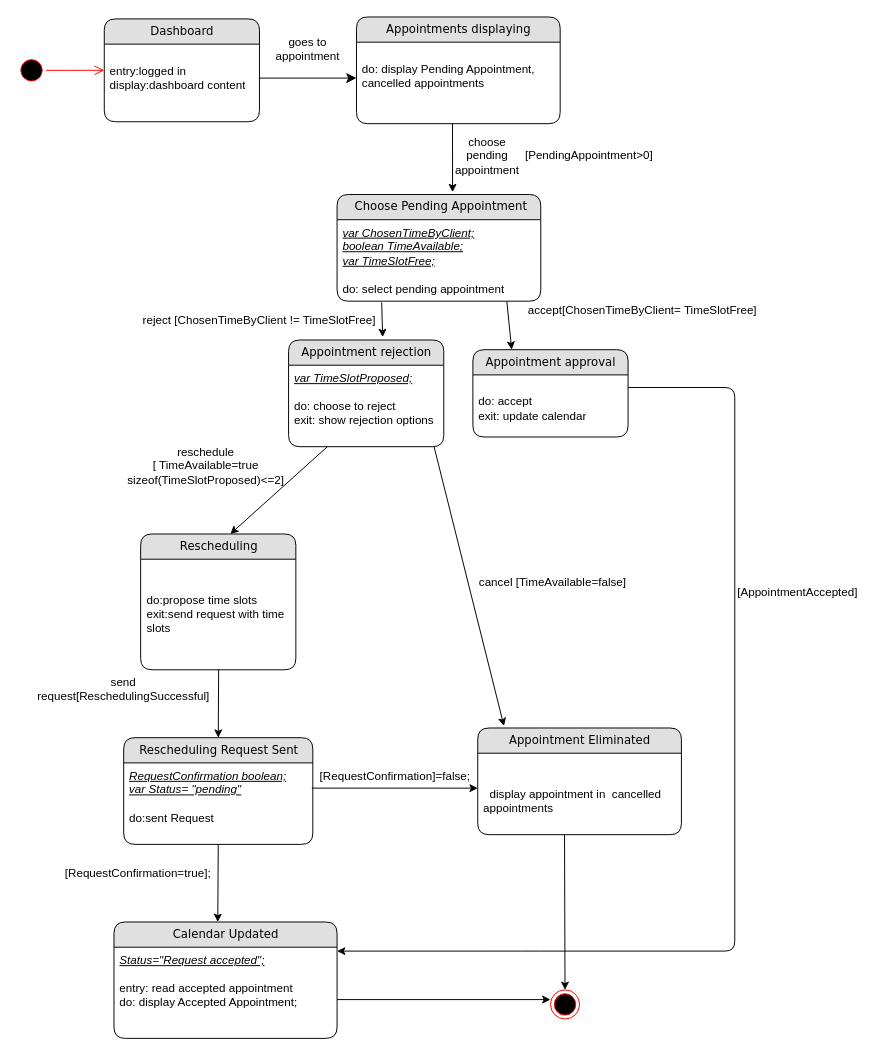
Before: Diagrams/State Chart Diagrams FINAL/ ST_05-06-07  ACCEPT,REJECT,RESCHEDULE APPOINTMENT.drawio in kkasharaj17/SE-project, a draw.io diagram. Source tidied: cells renumbered, new cells numbered last; positions are measured from the earlier drawing's top-left corner, leaving out a move shared by most shapes. Both pictures are drawn from the tidied source at 97%, with x=0, y=0 at pixel (16, 16).
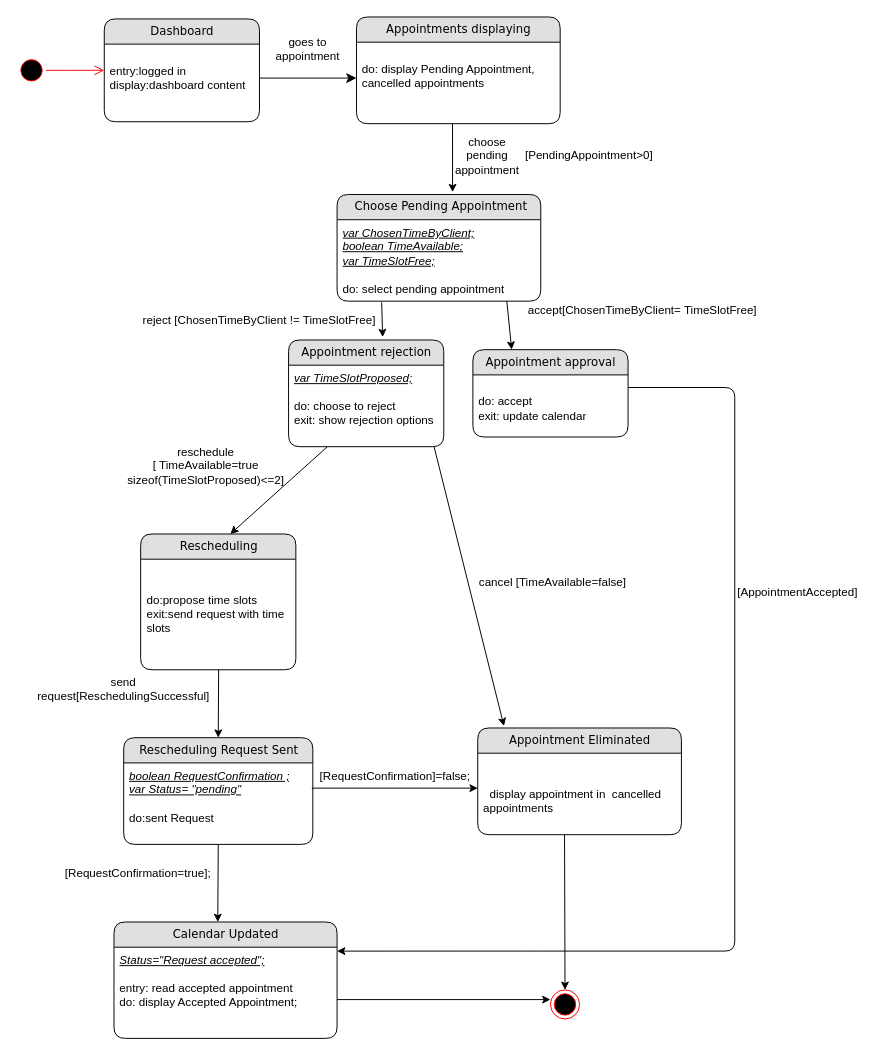
Above is the later version.

The change refers to these unchanged cells:
```xml
<mxCell id="27" value="Rescheduling Request Sent" style="swimlane;html=1;fontStyle=0;horizontal=1;startSize=26;fillColor=#e0e0e0;swimlaneFillColor=#ffffff;align=center;rounded=1;shadow=0;comic=0;labelBackgroundColor=none;strokeWidth=1;fontFamily=Verdana;fontSize=12;" parent="1" vertex="1">
  <mxGeometry x="110" y="743" width="195" height="110" as="geometry" />
</mxCell>
```

The edit, as a diff of the source:
```diff
@@
-    <mxCell id="28" value="&lt;i&gt;&lt;u&gt;RequestConfirmation boolean;&lt;br&gt;var Status= &quot;pending&quot;&lt;/u&gt;&lt;/i&gt;&lt;br&gt;&lt;br&gt;do:sent Request&lt;br&gt;" style="text;html=1;strokeColor=none;fillColor=none;spacingLeft=4;spacingRight=4;whiteSpace=wrap;overflow=hidden;" parent="27" vertex="1">
+    <mxCell id="28" value="&lt;i&gt;&lt;u&gt;boolean RequestConfirmation ;&lt;br&gt;var Status= &quot;pending&quot;&lt;/u&gt;&lt;/i&gt;&lt;br&gt;&lt;br&gt;do:sent Request" style="text;html=1;strokeColor=none;fillColor=none;spacingLeft=4;spacingRight=4;whiteSpace=wrap;overflow=hidden;" parent="27" vertex="1">
       <mxGeometry y="26" width="195" height="84" as="geometry" />
     </mxCell>
```
